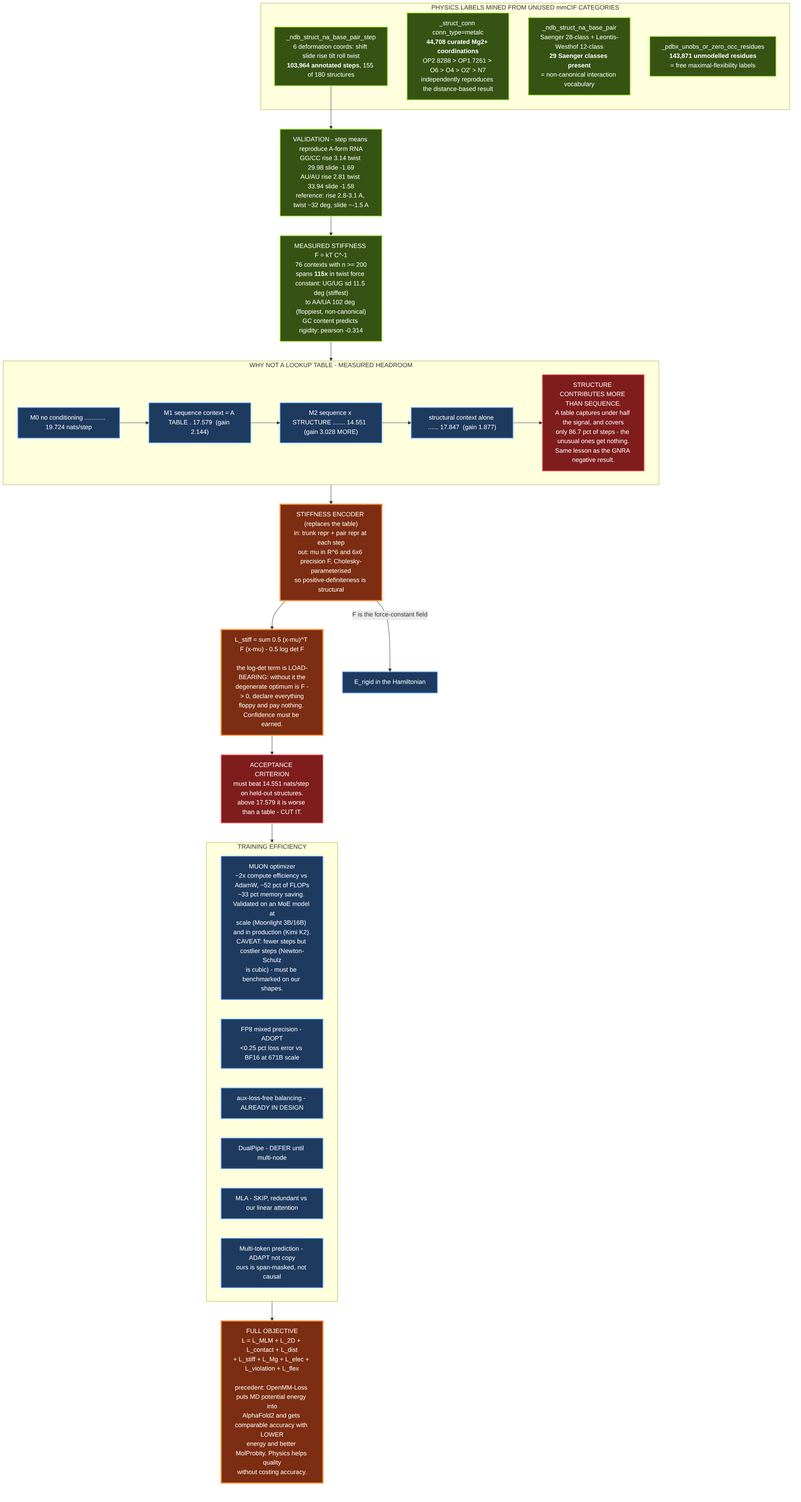
This is research/architecture/diagrams/rendered/07-training-and-stiffness.png from E-Motioner-X-SBS/sbs-rna, a Mermaid export, as it was before one commit. Its source is kept beside it as research/architecture/diagrams/07-training-and-stiffness.mmd.
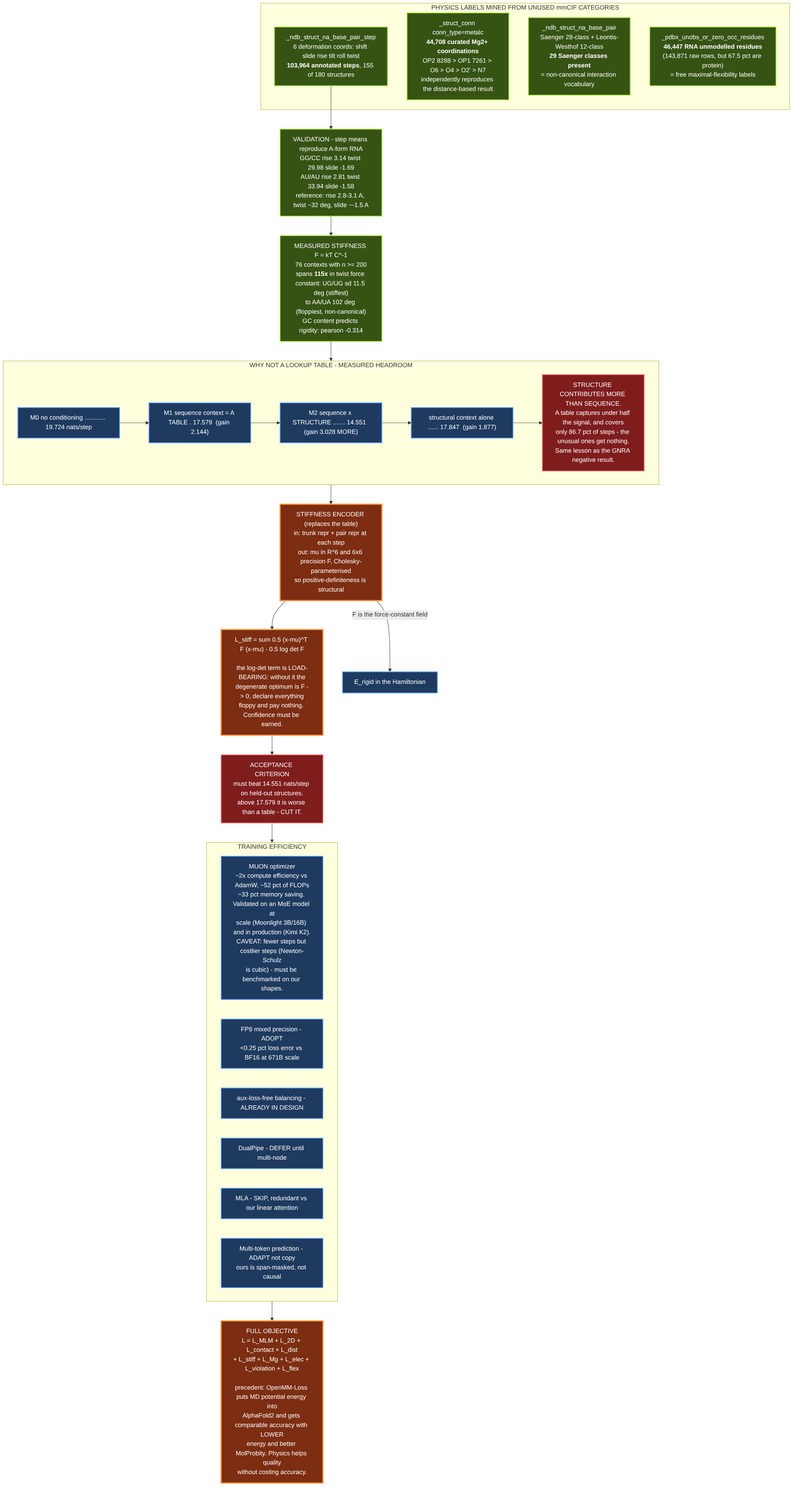
Above is the later version.

Diff of the diagram source:
```diff
@@ -3,7 +3,7 @@
         M1["_ndb_struct_na_base_pair_step<br/>6 deformation coords: shift slide rise tilt roll twist<br/><b>103,964 annotated steps</b>, 155 of 180 structures"]
         M2["_struct_conn conn_type=metalc<br/><b>44,708 curated Mg2+ coordinations</b><br/>OP2 8288 &gt; OP1 7261 &gt; O6 &gt; O4 &gt; O2' &gt; N7<br/>independently reproduces the distance-based result"]
         M3["_ndb_struct_na_base_pair<br/>Saenger 28-class + Leontis-Westhof 12-class<br/><b>29 Saenger classes present</b><br/>= non-canonical interaction vocabulary"]
-        M4["_pdbx_unobs_or_zero_occ_residues<br/><b>143,871 unmodelled residues</b><br/>= free maximal-flexibility labels"]
+        M4["_pdbx_unobs_or_zero_occ_residues<br/><b>46,447 RNA unmodelled residues</b><br/>(143,871 raw rows, but 67.5 pct are protein)<br/>= free maximal-flexibility labels"]
     end
 
     VALID["VALIDATION - step means reproduce A-form RNA<br/>GG/CC rise 3.14 twist 29.98 slide -1.69<br/>AU/AU rise 2.81 twist 33.94 slide -1.58<br/>reference: rise 2.8-3.1 A, twist ~32 deg, slide ~-1.5 A"]
```
